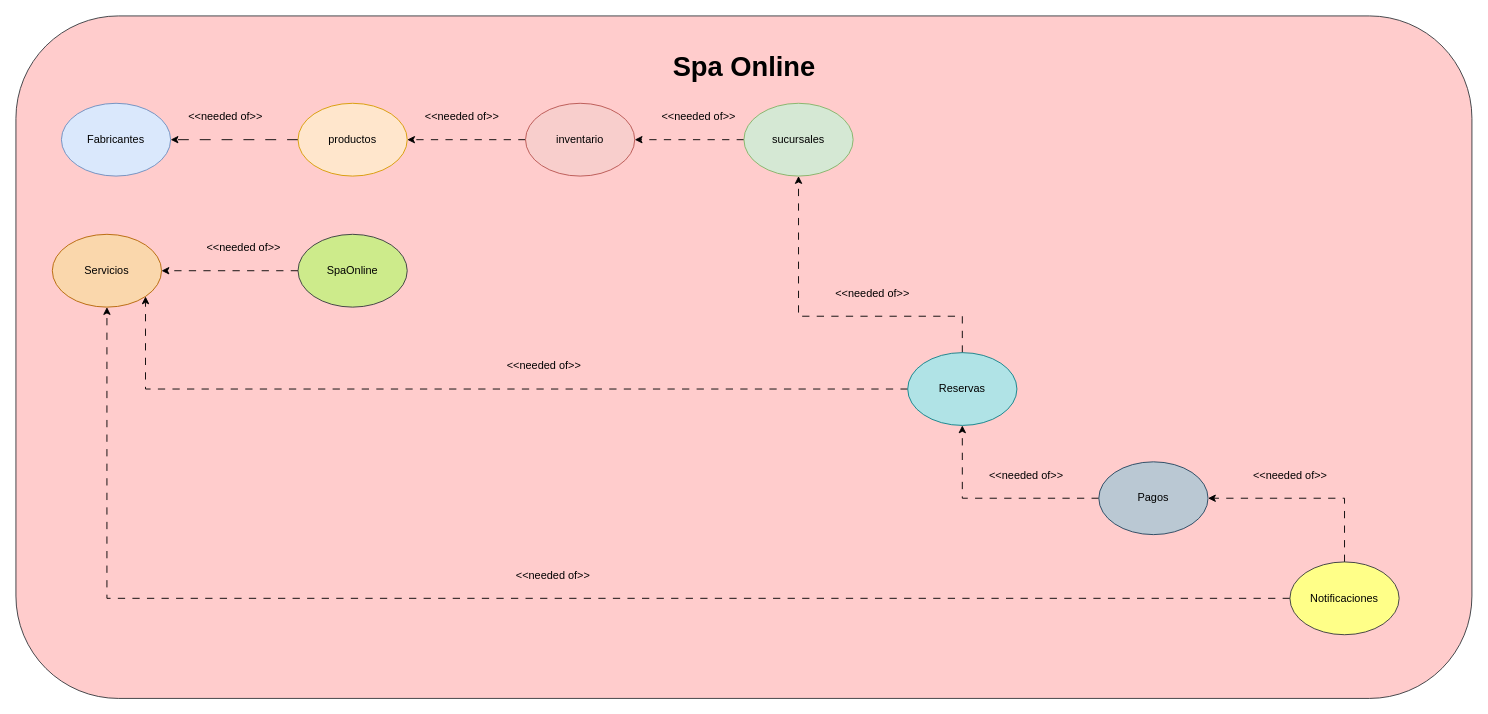
This is page "2. ModeloContextoDeLimitado" (2 of 12) of SpaOnline/ModeloDominioSpa.drawio from cristianospina/DOO, a draw.io file, before an edit. Source tidied: cells renumbered, new cells numbered last; positions are measured from the earlier drawing's top-left corner, leaving out a move shared by most shapes. Both pictures are drawn from the tidied source at 91%, with x=0, y=0 at pixel (15, 15).
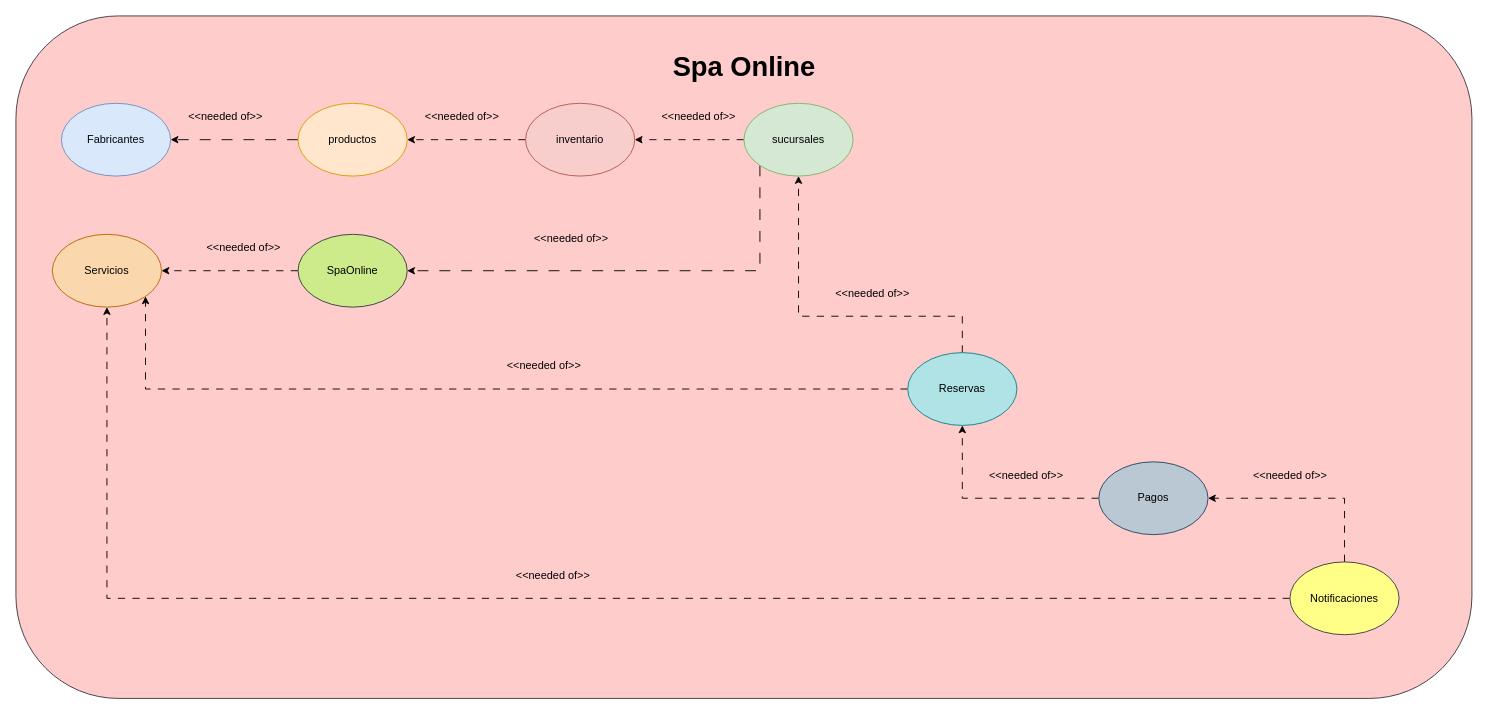
Above is the later version.

The change refers to these unchanged cells:
```xml
<mxCell id="9" value="sucursales" style="ellipse;whiteSpace=wrap;html=1;fillColor=#d5e8d4;strokeColor=#82b366;" parent="1" vertex="1">
  <mxGeometry x="800" y="96" width="120" height="80" as="geometry" />
</mxCell>
<mxCell id="20" value="SpaOnline" style="ellipse;whiteSpace=wrap;html=1;fillColor=#cdeb8b;strokeColor=#36393d;" parent="1" vertex="1">
  <mxGeometry x="310" y="240" width="120" height="80" as="geometry" />
</mxCell>
```

What changed in the source:
```diff
@@
+    <mxCell id="31" style="edgeStyle=orthogonalEdgeStyle;rounded=0;jettySize=auto;html=1;exitX=0;exitY=1;exitDx=0;exitDy=0;entryX=1;entryY=0.5;entryDx=0;entryDy=0;dashed=1;dashPattern=12 12;" parent="1" edge="1" source="9" target="20">
+      <mxGeometry relative="1" as="geometry">
+        <Array as="points">
+          <mxPoint x="818" y="280" />
+        </Array>
+      </mxGeometry>
+    </mxCell>
@@
+    <mxCell id="32" value="&amp;lt;&amp;lt;needed of&amp;gt;&amp;gt;" style="text;html=1;align=center;verticalAlign=middle;strokeColor=none;fillColor=none;" parent="1" vertex="1">
+      <mxGeometry x="560" y="230" width="100" height="30" as="geometry" />
+    </mxCell>
```
